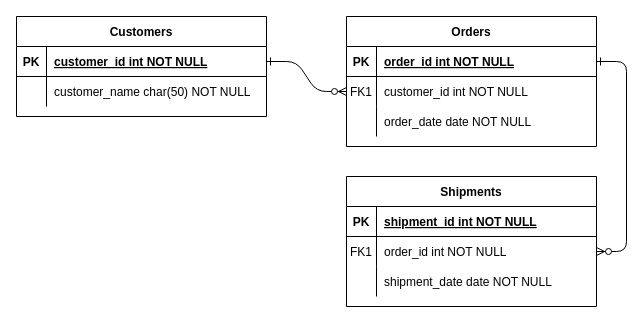
Earlier version of the draw.io diagram Untitled Diagram.drawio (ultrahumus9000/boolean-uk-final-group-project). Source tidied: cells renumbered, new cells numbered last; positions are measured from the earlier drawing's top-left corner, leaving out a move shared by most shapes. Both pictures are drawn from the tidied source at 100%, with x=0, y=0 at pixel (16, 16).
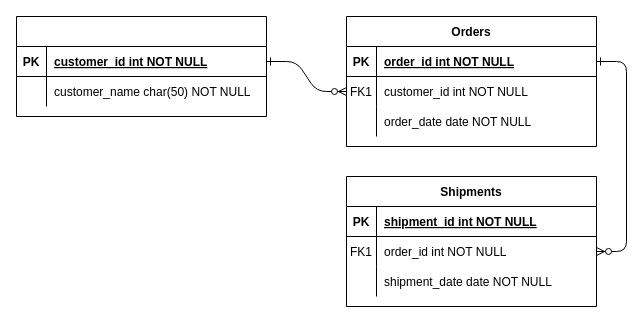
The same diagram, later.

The edit, as a diff of the source:
```diff
@@
-    <mxCell id="24" value="Customers" style="shape=table;startSize=30;childLayout=tableLayout;rowLines=0;fontStyle=1;align=center;" parent="1" vertex="1">
+    <mxCell id="24" style="shape=table;startSize=30;childLayout=tableLayout;rowLines=0;fontStyle=1;align=center;" parent="1" vertex="1">
       <mxGeometry width="250" height="100" as="geometry" />
     </mxCell>
```
